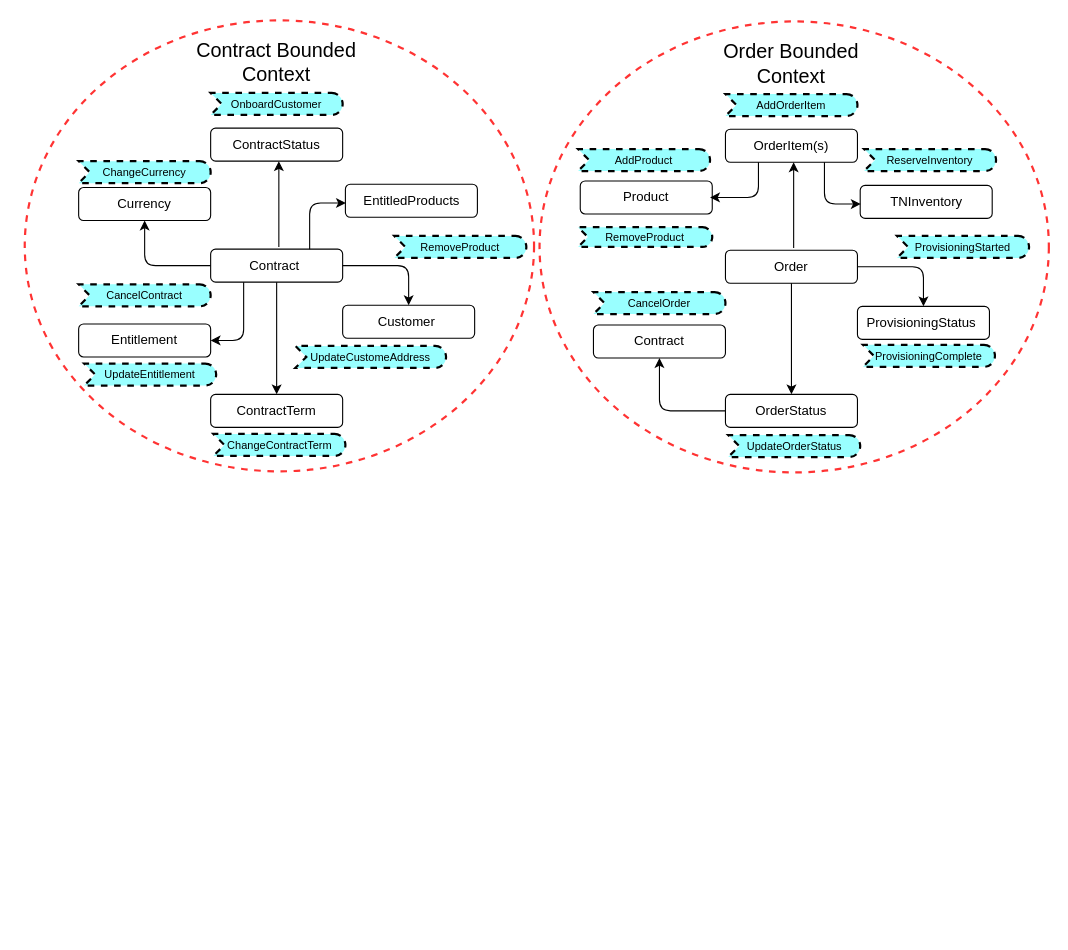
The draw.io diagram ddd.drawio in srinivaspuranamhyd/arc-diagrams, before the edit. Source tidied: cells renumbered, new cells numbered last; positions are measured from the earlier drawing's top-left corner, leaving out a move shared by most shapes. Both pictures are drawn from the tidied source at 110%, with x=0, y=0 at pixel (24, 20).
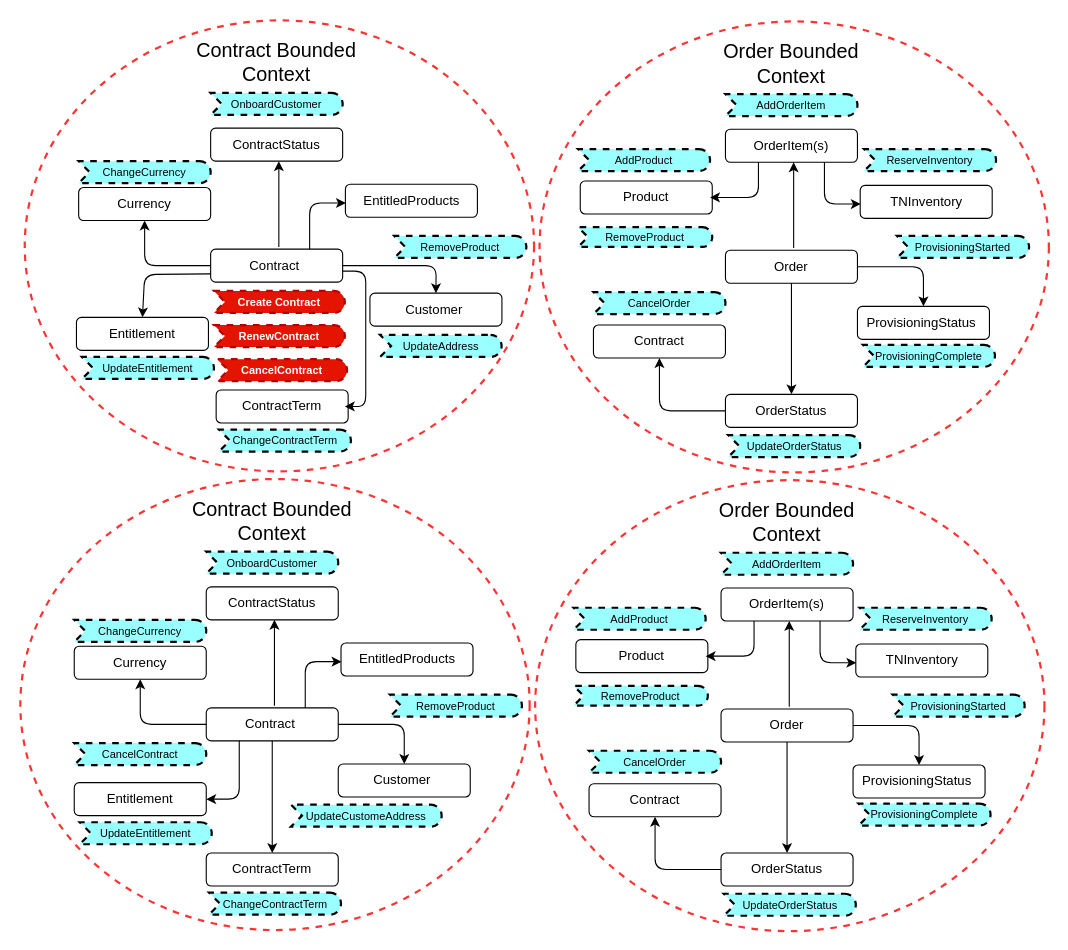
The same page after the edit.

The change refers to these unchanged cells:
```xml
<mxCell id="3" value="Contract&amp;nbsp;" style="rounded=1;whiteSpace=wrap;html=1;" parent="1" vertex="1">
  <mxGeometry x="169" y="208" width="120" height="30" as="geometry" />
</mxCell>
```

Diff of the diagram source:
```diff
@@
     <mxCell id="4" value="Customer&amp;nbsp;" style="rounded=1;whiteSpace=wrap;html=1;" parent="1" vertex="1">
-      <mxGeometry x="289" y="259" width="120" height="30" as="geometry" />
+      <mxGeometry x="313.8" y="248" width="120" height="30" as="geometry" />
     </mxCell>
     <mxCell id="5" value="Entitlement" style="rounded=1;whiteSpace=wrap;html=1;" parent="1" vertex="1">
-      <mxGeometry x="49" y="276" width="120" height="30" as="geometry" />
+      <mxGeometry x="47" y="270" width="120" height="30" as="geometry" />
     </mxCell>
@@
-    <mxCell id="8" value="ContractTerm" style="rounded=1;whiteSpace=wrap;html=1;" parent="1" vertex="1">
-      <mxGeometry x="169" y="340" width="120" height="30" as="geometry" />
-    </mxCell>
@@
-    <mxCell id="12" style="endArrow=classic;html=1;fontSize=18;exitX=0.5;exitY=1;exitDx=0;exitDy=0;" parent="1" edge="1" source="3" target="8">
-      <mxGeometry relative="1" as="geometry" />
-    </mxCell>
@@
     <mxCell id="14" style="endArrow=classic;html=1;fontSize=18;entryX=0.5;entryY=0;entryDx=0;entryDy=0;exitX=1;exitY=0.5;exitDx=0;exitDy=0;" parent="1" edge="1" source="3" target="4">
       <mxGeometry relative="1" as="geometry">
         <Array as="points">
-          <mxPoint x="349" y="223" />
+          <mxPoint x="374" y="223" />
         </Array>
       </mxGeometry>
     </mxCell>
-    <mxCell id="15" style="endArrow=classic;html=1;fontSize=18;exitX=0.25;exitY=1;exitDx=0;exitDy=0;entryX=1;entryY=0.5;entryDx=0;entryDy=0;" parent="1" edge="1" source="3" target="5">
+    <mxCell id="15" style="endArrow=classic;html=1;fontSize=18;exitX=0;exitY=0.75;exitDx=0;exitDy=0;entryX=0.5;entryY=0;entryDx=0;entryDy=0;" parent="1" edge="1" source="3" target="5">
       <mxGeometry relative="1" as="geometry">
         <Array as="points">
-          <mxPoint x="199" y="291" />
+          <mxPoint x="109" y="231" />
         </Array>
       </mxGeometry>
     </mxCell>
@@
-    <mxCell id="17" value="CancelContract" style="html=1;whiteSpace=wrap;fillColor=#99ffff;shape=mxgraph.archimate3.event;dashed=1;strokeWidth=2;fontSize=10;" parent="1" vertex="1">
-      <mxGeometry x="49" y="240" width="120" height="20" as="geometry" />
+    <mxCell id="17" value="CancelContract" style="html=1;whiteSpace=wrap;shape=mxgraph.archimate3.event;dashed=1;strokeWidth=2;fontSize=10;strokeColor=#B20000;fillColor=#e51400;fontColor=#ffffff;fontStyle=1;" parent="1" vertex="1">
+      <mxGeometry x="175" y="308" width="118" height="20" as="geometry" />
     </mxCell>
@@
-    <mxCell id="21" value="ChangeContractTerm" style="html=1;whiteSpace=wrap;fillColor=#99ffff;shape=mxgraph.archimate3.event;dashed=1;strokeWidth=2;fontSize=10;" parent="1" vertex="1">
-      <mxGeometry x="171.5" y="376" width="120" height="20" as="geometry" />
-    </mxCell>
-    <mxCell id="22" value="UpdateCustomeAddress" style="html=1;whiteSpace=wrap;fillColor=#99ffff;shape=mxgraph.archimate3.event;dashed=1;strokeWidth=2;fontSize=10;" parent="1" vertex="1">
-      <mxGeometry x="246" y="296" width="137" height="20" as="geometry" />
+    <mxCell id="22" value="UpdateAddress" style="html=1;whiteSpace=wrap;fillColor=#99ffff;shape=mxgraph.archimate3.event;dashed=1;strokeWidth=2;fontSize=10;" parent="1" vertex="1">
+      <mxGeometry x="323" y="286" width="110.5" height="20" as="geometry" />
     </mxCell>
@@
     <mxCell id="44" value="UpdateEntitlement" style="html=1;whiteSpace=wrap;fillColor=#99ffff;shape=mxgraph.archimate3.event;dashed=1;strokeWidth=2;fontSize=10;" parent="1" vertex="1">
-      <mxGeometry x="54" y="312" width="120" height="20" as="geometry" />
+      <mxGeometry x="52" y="306" width="120" height="20" as="geometry" />
     </mxCell>
@@
+    <mxCell id="47" style="ellipse;whiteSpace=wrap;html=1;dashed=1;strokeWidth=2;strokeColor=#FF3333;" parent="1" vertex="1">
+      <mxGeometry x="-4" y="417" width="463" height="410" as="geometry" />
+    </mxCell>
+    <mxCell id="48" value="Contract&amp;nbsp;" style="rounded=1;whiteSpace=wrap;html=1;" parent="1" vertex="1">
+      <mxGeometry x="165" y="625" width="120" height="30" as="geometry" />
+    </mxCell>
+    <mxCell id="49" value="Customer&amp;nbsp;" style="rounded=1;whiteSpace=wrap;html=1;" parent="1" vertex="1">
+      <mxGeometry x="285" y="676" width="120" height="30" as="geometry" />
+    </mxCell>
+    <mxCell id="50" value="Entitlement" style="rounded=1;whiteSpace=wrap;html=1;" parent="1" vertex="1">
+      <mxGeometry x="45" y="693" width="120" height="30" as="geometry" />
+    </mxCell>
+    <mxCell id="51" value="EntitledProducts" style="rounded=1;whiteSpace=wrap;html=1;" parent="1" vertex="1">
+      <mxGeometry x="287.5" y="566" width="120" height="30" as="geometry" />
+    </mxCell>
+    <mxCell id="52" value="Currency" style="rounded=1;whiteSpace=wrap;html=1;" parent="1" vertex="1">
+      <mxGeometry x="45" y="569" width="120" height="30" as="geometry" />
+    </mxCell>
+    <mxCell id="53" value="ContractTerm" style="rounded=1;whiteSpace=wrap;html=1;" parent="1" vertex="1">
+      <mxGeometry x="165" y="757" width="120" height="30" as="geometry" />
+    </mxCell>
+    <mxCell id="54" value="ContractStatus" style="rounded=1;whiteSpace=wrap;html=1;" parent="1" vertex="1">
+      <mxGeometry x="165" y="515" width="120" height="30" as="geometry" />
+    </mxCell>
+    <mxCell id="55" value="Contract Bounded Context" style="text;html=1;strokeColor=none;fillColor=none;align=center;verticalAlign=middle;whiteSpace=wrap;rounded=0;dashed=1;fontSize=18;" parent="1" vertex="1">
+      <mxGeometry x="140.2" y="441" width="169.5" height="30" as="geometry" />
+    </mxCell>
+    <mxCell id="56" style="endArrow=classic;html=1;fontSize=18;entryX=0.45;entryY=1;entryDx=0;entryDy=0;entryPerimeter=0;" parent="1" edge="1">
+      <mxGeometry relative="1" as="geometry">
+        <mxPoint x="227" y="623" as="sourcePoint" />
+        <mxPoint x="227" y="545" as="targetPoint" />
+      </mxGeometry>
+    </mxCell>
+    <mxCell id="57" style="endArrow=classic;html=1;fontSize=18;exitX=0.5;exitY=1;exitDx=0;exitDy=0;" parent="1" edge="1" source="48" target="53">
+      <mxGeometry relative="1" as="geometry" />
+    </mxCell>
+    <mxCell id="58" style="endArrow=classic;html=1;fontSize=18;entryX=0.5;entryY=1;entryDx=0;entryDy=0;exitX=0;exitY=0.5;exitDx=0;exitDy=0;" parent="1" edge="1" source="48" target="52">
+      <mxGeometry relative="1" as="geometry">
+        <Array as="points">
+          <mxPoint x="105" y="640" />
+        </Array>
+      </mxGeometry>
+    </mxCell>
+    <mxCell id="59" style="endArrow=classic;html=1;fontSize=18;entryX=0.5;entryY=0;entryDx=0;entryDy=0;exitX=1;exitY=0.5;exitDx=0;exitDy=0;" parent="1" edge="1" source="48" target="49">
+      <mxGeometry relative="1" as="geometry">
+        <Array as="points">
+          <mxPoint x="345" y="640" />
+        </Array>
+      </mxGeometry>
+    </mxCell>
+    <mxCell id="60" style="endArrow=classic;html=1;fontSize=18;exitX=0.25;exitY=1;exitDx=0;exitDy=0;entryX=1;entryY=0.5;entryDx=0;entryDy=0;" parent="1" edge="1" source="48" target="50">
+      <mxGeometry relative="1" as="geometry">
+        <Array as="points">
+          <mxPoint x="195" y="708" />
+        </Array>
+      </mxGeometry>
+    </mxCell>
+    <mxCell id="61" value="OnboardCustomer" style="html=1;whiteSpace=wrap;fillColor=#99ffff;shape=mxgraph.archimate3.event;dashed=1;strokeWidth=2;fontSize=10;" parent="1" vertex="1">
+      <mxGeometry x="165" y="483" width="120" height="20" as="geometry" />
+    </mxCell>
+    <mxCell id="62" value="CancelContract" style="html=1;whiteSpace=wrap;fillColor=#99ffff;shape=mxgraph.archimate3.event;dashed=1;strokeWidth=2;fontSize=10;" parent="1" vertex="1">
+      <mxGeometry x="45" y="657" width="120" height="20" as="geometry" />
+    </mxCell>
+    <mxCell id="63" style="endArrow=classic;html=1;fontSize=18;exitX=0.75;exitY=0;exitDx=0;exitDy=0;entryX=0.004;entryY=0.567;entryDx=0;entryDy=0;entryPerimeter=0;" parent="1" edge="1" source="48" target="51">
+      <mxGeometry relative="1" as="geometry">
+        <Array as="points">
+          <mxPoint x="255" y="583" />
+        </Array>
+      </mxGeometry>
+    </mxCell>
+    <mxCell id="64" value="RemoveProduct" style="html=1;whiteSpace=wrap;fillColor=#99ffff;shape=mxgraph.archimate3.event;dashed=1;strokeWidth=2;fontSize=10;" parent="1" vertex="1">
+      <mxGeometry x="332" y="613" width="120" height="20" as="geometry" />
+    </mxCell>
+    <mxCell id="65" value="ChangeCurrency" style="html=1;whiteSpace=wrap;fillColor=#99ffff;shape=mxgraph.archimate3.event;dashed=1;strokeWidth=2;fontSize=10;" parent="1" vertex="1">
+      <mxGeometry x="45" y="545" width="120" height="20" as="geometry" />
+    </mxCell>
+    <mxCell id="66" value="ChangeContractTerm" style="html=1;whiteSpace=wrap;fillColor=#99ffff;shape=mxgraph.archimate3.event;dashed=1;strokeWidth=2;fontSize=10;" parent="1" vertex="1">
+      <mxGeometry x="167.5" y="793" width="120" height="20" as="geometry" />
+    </mxCell>
+    <mxCell id="67" value="UpdateCustomeAddress" style="html=1;whiteSpace=wrap;fillColor=#99ffff;shape=mxgraph.archimate3.event;dashed=1;strokeWidth=2;fontSize=10;" parent="1" vertex="1">
+      <mxGeometry x="242" y="713" width="137" height="20" as="geometry" />
+    </mxCell>
+    <mxCell id="68" style="ellipse;whiteSpace=wrap;html=1;dashed=1;strokeWidth=2;strokeColor=#FF3333;" parent="1" vertex="1">
+      <mxGeometry x="464" y="418" width="463" height="410" as="geometry" />
+    </mxCell>
+    <mxCell id="69" value="Order" style="rounded=1;whiteSpace=wrap;html=1;" parent="1" vertex="1">
+      <mxGeometry x="633" y="626" width="120" height="30" as="geometry" />
+    </mxCell>
+    <mxCell id="70" value="ProvisioningStatus&amp;nbsp;" style="rounded=1;whiteSpace=wrap;html=1;" parent="1" vertex="1">
+      <mxGeometry x="753" y="677" width="120" height="30" as="geometry" />
+    </mxCell>
+    <mxCell id="71" value="Contract" style="rounded=1;whiteSpace=wrap;html=1;" parent="1" vertex="1">
+      <mxGeometry x="513" y="694" width="120" height="30" as="geometry" />
+    </mxCell>
+    <mxCell id="72" value="TNInventory" style="rounded=1;whiteSpace=wrap;html=1;" parent="1" vertex="1">
+      <mxGeometry x="755.5" y="567" width="120" height="30" as="geometry" />
+    </mxCell>
+    <mxCell id="73" value="Product" style="rounded=1;whiteSpace=wrap;html=1;" parent="1" vertex="1">
+      <mxGeometry x="501" y="563" width="120" height="30" as="geometry" />
+    </mxCell>
+    <mxCell id="74" value="OrderStatus" style="rounded=1;whiteSpace=wrap;html=1;" parent="1" vertex="1">
+      <mxGeometry x="633" y="757" width="120" height="30" as="geometry" />
+    </mxCell>
+    <mxCell id="75" value="OrderItem(s)" style="rounded=1;whiteSpace=wrap;html=1;" parent="1" vertex="1">
+      <mxGeometry x="633" y="516" width="120" height="30" as="geometry" />
+    </mxCell>
+    <mxCell id="76" value="Order Bounded Context" style="text;html=1;strokeColor=none;fillColor=none;align=center;verticalAlign=middle;whiteSpace=wrap;rounded=0;dashed=1;fontSize=18;" parent="1" vertex="1">
+      <mxGeometry x="608.2" y="442" width="169.5" height="30" as="geometry" />
+    </mxCell>
+    <mxCell id="77" style="endArrow=classic;html=1;fontSize=18;entryX=0.45;entryY=1;entryDx=0;entryDy=0;entryPerimeter=0;" parent="1" edge="1">
+      <mxGeometry relative="1" as="geometry">
+        <mxPoint x="695" y="624" as="sourcePoint" />
+        <mxPoint x="695" y="546" as="targetPoint" />
+      </mxGeometry>
+    </mxCell>
+    <mxCell id="78" style="endArrow=classic;html=1;fontSize=18;exitX=0.5;exitY=1;exitDx=0;exitDy=0;" parent="1" edge="1" source="69" target="74">
+      <mxGeometry relative="1" as="geometry" />
+    </mxCell>
+    <mxCell id="79" style="endArrow=classic;html=1;fontSize=18;exitX=0.25;exitY=1;exitDx=0;exitDy=0;" parent="1" edge="1" source="75">
+      <mxGeometry relative="1" as="geometry">
+        <mxPoint x="619" y="578" as="targetPoint" />
+        <Array as="points">
+          <mxPoint x="663" y="578" />
+        </Array>
+      </mxGeometry>
+    </mxCell>
+    <mxCell id="80" style="endArrow=classic;html=1;fontSize=18;entryX=0.5;entryY=0;entryDx=0;entryDy=0;exitX=1;exitY=0.5;exitDx=0;exitDy=0;" parent="1" edge="1" source="69" target="70">
+      <mxGeometry relative="1" as="geometry">
+        <Array as="points">
+          <mxPoint x="813" y="641" />
+        </Array>
+      </mxGeometry>
+    </mxCell>
+    <mxCell id="81" style="endArrow=classic;html=1;fontSize=18;exitX=0;exitY=0.5;exitDx=0;exitDy=0;entryX=0.5;entryY=1;entryDx=0;entryDy=0;" parent="1" edge="1" source="74" target="71">
+      <mxGeometry relative="1" as="geometry">
+        <Array as="points">
+          <mxPoint x="573" y="772" />
+        </Array>
+      </mxGeometry>
+    </mxCell>
+    <mxCell id="82" value="AddOrderItem" style="html=1;whiteSpace=wrap;fillColor=#99ffff;shape=mxgraph.archimate3.event;dashed=1;strokeWidth=2;fontSize=10;" parent="1" vertex="1">
+      <mxGeometry x="633" y="484" width="120" height="20" as="geometry" />
+    </mxCell>
+    <mxCell id="83" value="CancelOrder" style="html=1;whiteSpace=wrap;fillColor=#99ffff;shape=mxgraph.archimate3.event;dashed=1;strokeWidth=2;fontSize=10;" parent="1" vertex="1">
+      <mxGeometry x="513" y="664" width="120" height="20" as="geometry" />
+    </mxCell>
+    <mxCell id="84" style="endArrow=classic;html=1;fontSize=18;entryX=0.004;entryY=0.567;entryDx=0;entryDy=0;entryPerimeter=0;exitX=0.75;exitY=1;exitDx=0;exitDy=0;" parent="1" edge="1" source="75" target="72">
+      <mxGeometry relative="1" as="geometry">
+        <Array as="points">
+          <mxPoint x="723" y="584" />
+        </Array>
+      </mxGeometry>
+    </mxCell>
+    <mxCell id="85" value="RemoveProduct" style="html=1;whiteSpace=wrap;fillColor=#99ffff;shape=mxgraph.archimate3.event;dashed=1;strokeWidth=2;fontSize=10;" parent="1" vertex="1">
+      <mxGeometry x="499" y="605" width="122" height="18" as="geometry" />
+    </mxCell>
+    <mxCell id="86" value="UpdateOrderStatus" style="html=1;whiteSpace=wrap;fillColor=#99ffff;shape=mxgraph.archimate3.event;dashed=1;strokeWidth=2;fontSize=10;" parent="1" vertex="1">
+      <mxGeometry x="635.5" y="794" width="120" height="20" as="geometry" />
+    </mxCell>
+    <mxCell id="87" value="ProvisioningStarted" style="html=1;whiteSpace=wrap;fillColor=#99ffff;shape=mxgraph.archimate3.event;dashed=1;strokeWidth=2;fontSize=10;" parent="1" vertex="1">
+      <mxGeometry x="789" y="613" width="120" height="20" as="geometry" />
+    </mxCell>
+    <mxCell id="88" value="AddProduct" style="html=1;whiteSpace=wrap;fillColor=#99ffff;shape=mxgraph.archimate3.event;dashed=1;strokeWidth=2;fontSize=10;" parent="1" vertex="1">
+      <mxGeometry x="499" y="534" width="120" height="20" as="geometry" />
+    </mxCell>
+    <mxCell id="89" value="UpdateEntitlement" style="html=1;whiteSpace=wrap;fillColor=#99ffff;shape=mxgraph.archimate3.event;dashed=1;strokeWidth=2;fontSize=10;" parent="1" vertex="1">
+      <mxGeometry x="50" y="729" width="120" height="20" as="geometry" />
+    </mxCell>
+    <mxCell id="90" value="ReserveInventory" style="html=1;whiteSpace=wrap;fillColor=#99ffff;shape=mxgraph.archimate3.event;dashed=1;strokeWidth=2;fontSize=10;" parent="1" vertex="1">
+      <mxGeometry x="759" y="534" width="120" height="20" as="geometry" />
+    </mxCell>
+    <mxCell id="91" value="ProvisioningComplete" style="html=1;whiteSpace=wrap;fillColor=#99ffff;shape=mxgraph.archimate3.event;dashed=1;strokeWidth=2;fontSize=10;" parent="1" vertex="1">
+      <mxGeometry x="758" y="712" width="120" height="20" as="geometry" />
+    </mxCell>
+    <mxCell id="92" value="RenewContract" style="html=1;whiteSpace=wrap;shape=mxgraph.archimate3.event;dashed=1;strokeWidth=2;fontSize=10;strokeColor=#B20000;fillColor=#e51400;fontColor=#ffffff;fontStyle=1;" parent="1" vertex="1">
+      <mxGeometry x="172" y="277" width="119" height="20" as="geometry" />
+    </mxCell>
+    <mxCell id="93" value="Create Contract" style="html=1;whiteSpace=wrap;shape=mxgraph.archimate3.event;dashed=1;strokeWidth=2;fontSize=10;strokeColor=#B20000;fillColor=#e51400;fontColor=#ffffff;fontStyle=1;" parent="1" vertex="1">
+      <mxGeometry x="172" y="246" width="119" height="20" as="geometry" />
+    </mxCell>
+    <mxCell id="94" value="ChangeContractTerm" style="html=1;whiteSpace=wrap;fillColor=#99ffff;shape=mxgraph.archimate3.event;dashed=1;strokeWidth=2;fontSize=10;" parent="1" vertex="1">
+      <mxGeometry x="176.5" y="372" width="120" height="20" as="geometry" />
+    </mxCell>
+    <mxCell id="95" value="ContractTerm" style="rounded=1;whiteSpace=wrap;html=1;" parent="1" vertex="1">
+      <mxGeometry x="174" y="336" width="120" height="30" as="geometry" />
+    </mxCell>
+    <mxCell id="96" style="endArrow=classic;html=1;exitX=0.5;exitY=1;exitDx=0;exitDy=0;entryX=1;entryY=0.5;entryDx=0;entryDy=0;" parent="1" edge="1">
+      <mxGeometry relative="1" as="geometry">
+        <mxPoint x="289" y="228" as="sourcePoint" />
+        <mxPoint x="291" y="351" as="targetPoint" />
+        <Array as="points">
+          <mxPoint x="310" y="228" />
+          <mxPoint x="310" y="286" />
+          <mxPoint x="310" y="351" />
+        </Array>
+      </mxGeometry>
+    </mxCell>
```
